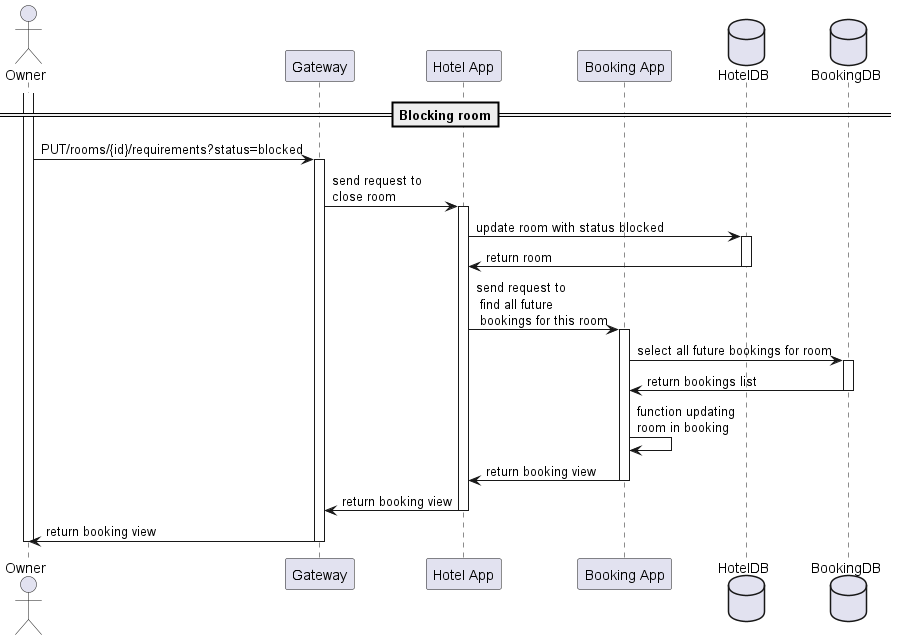
The PlantUML diagram image/closeRoom.png in OlgaDobrodey/sequence-diagram, before a commit.
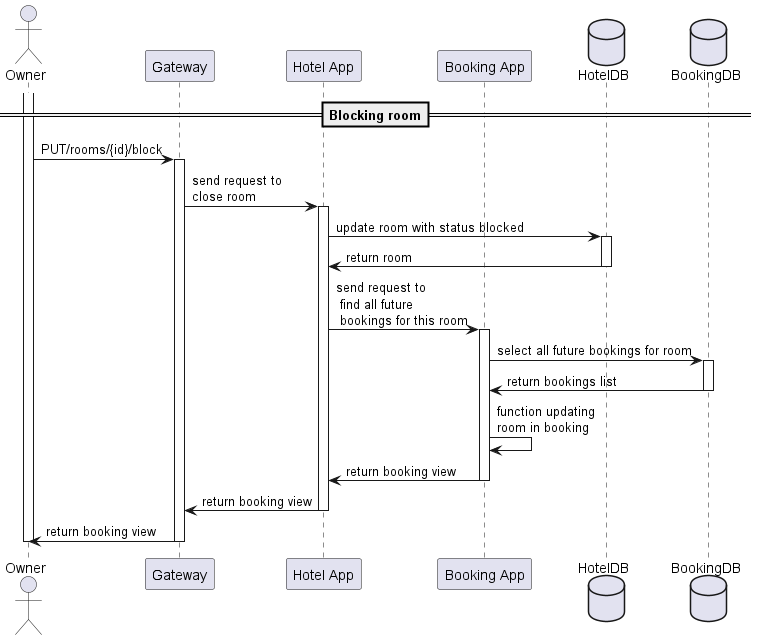
After the commit.

The edit, as a diff of the source:
```diff
@@ -11,7 +11,7 @@
 
 ==Blocking room==
     activate user
-user -> gw: PUT/rooms/{id}/requirements?status=blocked
+user -> gw: PUT/rooms/{id}/block
     activate gw
 gw -> hs: send request to\nclose room
     activate hs
```
